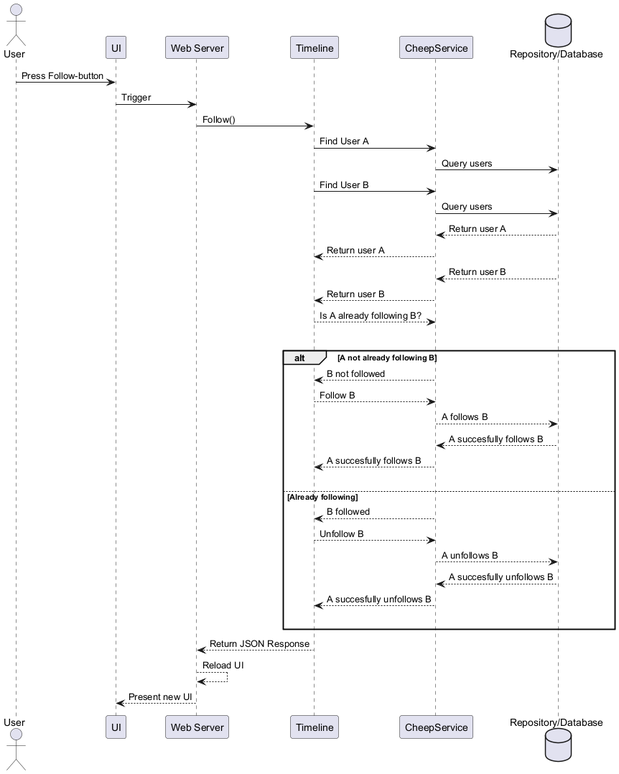
Earlier version of the PlantUML export docs/diagrams/SimunsPics/_Follow.png (ITU-BDSA2024-GROUP13/Chirp). The source it was exported from:
```plantuml
@startuml
actor User
participant "UI" as Browser
participant "Web Server" as Server
participant "Timeline" as Handler
participant "CheepService" as Service
database "Repository/Database" as DB

User -> Browser : Press Follow-button
Browser -> Server : Trigger
Server -> Handler : Follow()

Handler -> Service : Find User A
Service -> DB : Query users

Handler -> Service : Find User B
Service -> DB : Query users

DB --> Service : Return user A
Service --> Handler : Return user A

DB --> Service : Return user B
Service --> Handler : Return user B

Handler --> Service : Is A already following B?
|||
alt A not already following B
	Service --> Handler : B not followed
	Handler --> Service : Follow B
	Service --> DB : A follows B
	DB --> Service : A succesfully follows B
	Service --> Handler : A succesfully follows B
|||
else         Already following
	Service --> Handler : B followed
	Handler --> Service : Unfollow B
	Service --> DB : A unfollows B
	DB --> Service : A succesfully unfollows B
	Service --> Handler : A succesfully unfollows B
|||
end


Handler --> Server : Return JSON Response

Server --> Server : Reload UI
Server --> Browser : Present new UI
@enduml
```
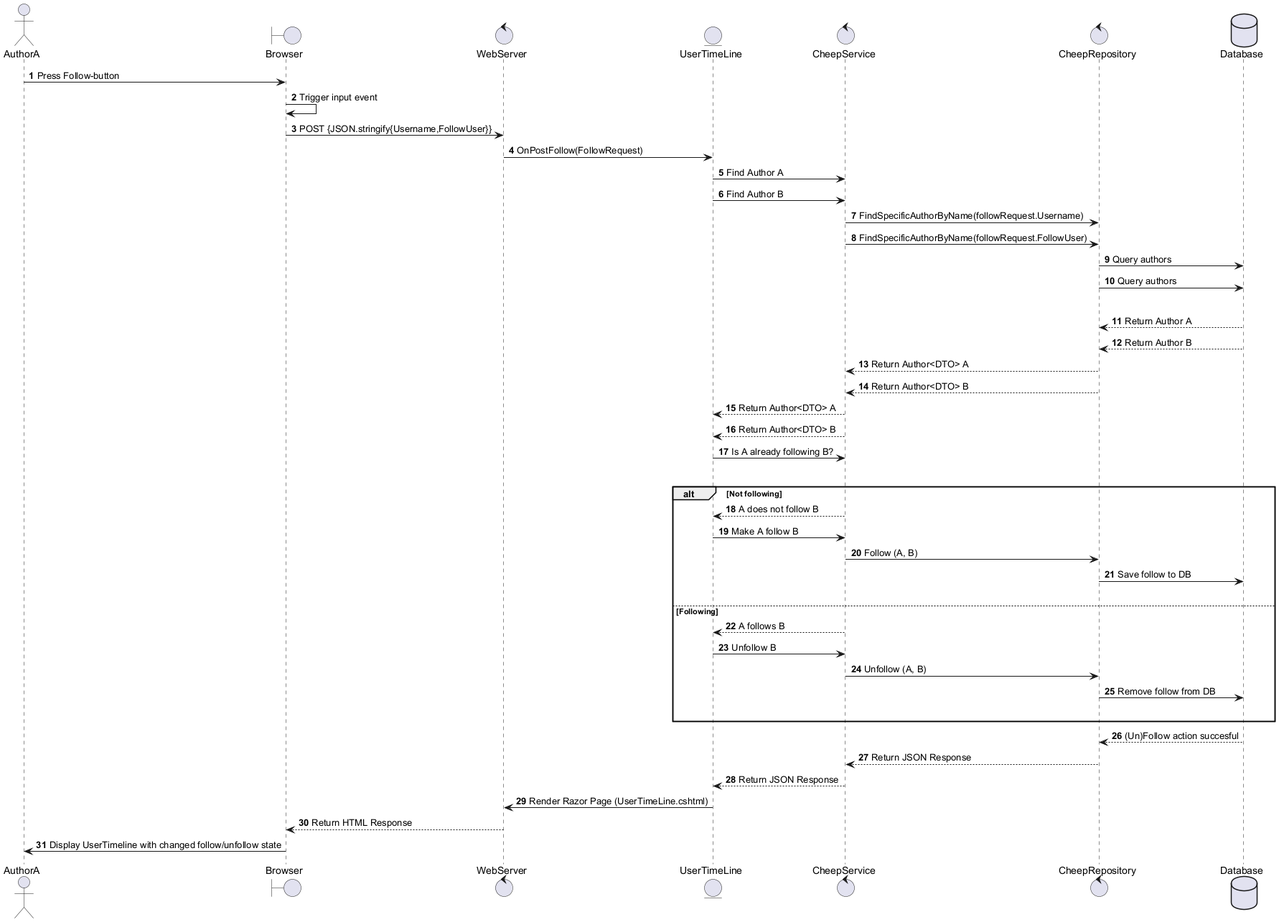
The same diagram one commit later.

The edit, as a diff of the source:
```diff
@@ -1,48 +1,56 @@
 @startuml
-actor User
-participant "UI" as Browser
-participant "Web Server" as Server
-participant "Timeline" as Handler
-participant "CheepService" as Service
-database "Repository/Database" as DB
+autonumber
 
-User -> Browser : Press Follow-button
-Browser -> Server : Trigger
-Server -> Handler : Follow()
+actor AuthorA as UU
+boundary Browser as B
+control WebServer as WS
+entity UserTimeLine as PT
+control CheepService as CS
+control CheepRepository as CR
+database Database as DB
 
-Handler -> Service : Find User A
-Service -> DB : Query users
+UU-> B : Press Follow-button
+B-> B : Trigger input event
+B-> WS : POST {JSON.stringify{Username,FollowUser}}
+WS -> PT : OnPostFollow(FollowRequest)
 
-Handler -> Service : Find User B
-Service -> DB : Query users
+PT -> CS : Find Author A
+PT -> CS : Find Author B
+CS -> CR : FindSpecificAuthorByName(followRequest.Username)
+CS -> CR : FindSpecificAuthorByName(followRequest.FollowUser)
+CR -> DB : Query authors
+CR -> DB : Query authors
+|||
 
-DB --> Service : Return user A
-Service --> Handler : Return user A
+DB --> CR : Return Author A
+DB --> CR : Return Author B
+CR --> CS : Return Author<DTO> A
+CR --> CS : Return Author<DTO> B
+CS --> PT : Return Author<DTO> A
+CS --> PT : Return Author<DTO> B
 
-DB --> Service : Return user B
-Service --> Handler : Return user B
-
-Handler --> Service : Is A already following B?
+PT -> CS : Is A already following B?
 |||
-alt A not already following B
-	Service --> Handler : B not followed
-	Handler --> Service : Follow B
-	Service --> DB : A follows B
-	DB --> Service : A succesfully follows B
-	Service --> Handler : A succesfully follows B
+alt Not following
+	CS --> PT : A does not follow B
+	PT -> CS : Make A follow B
+	CS -> CR : Follow (A, B)
+	CR -> DB : Save follow to DB
 |||
-else         Already following
-	Service --> Handler : B followed
-	Handler --> Service : Unfollow B
-	Service --> DB : A unfollows B
-	DB --> Service : A succesfully unfollows B
-	Service --> Handler : A succesfully unfollows B
+else Following
+	CS --> PT : A follows B
+	PT -> CS : Unfollow B
+	CS -> CR : Unfollow (A, B)
+	CR -> DB : Remove follow from DB
 |||
 end
 
+DB --> CR : (Un)Follow action succesful
+CR --> CS : Return JSON Response
+CS --> PT: Return JSON Response
+PT -> WS : Render Razor Page (UserTimeLine.cshtml)
 
-Handler --> Server : Return JSON Response
+WS --> B : Return HTML Response
+B -> UU : Display UserTimeline with changed follow/unfollow state
 
-Server --> Server : Reload UI
-Server --> Browser : Present new UI
 @enduml
```
